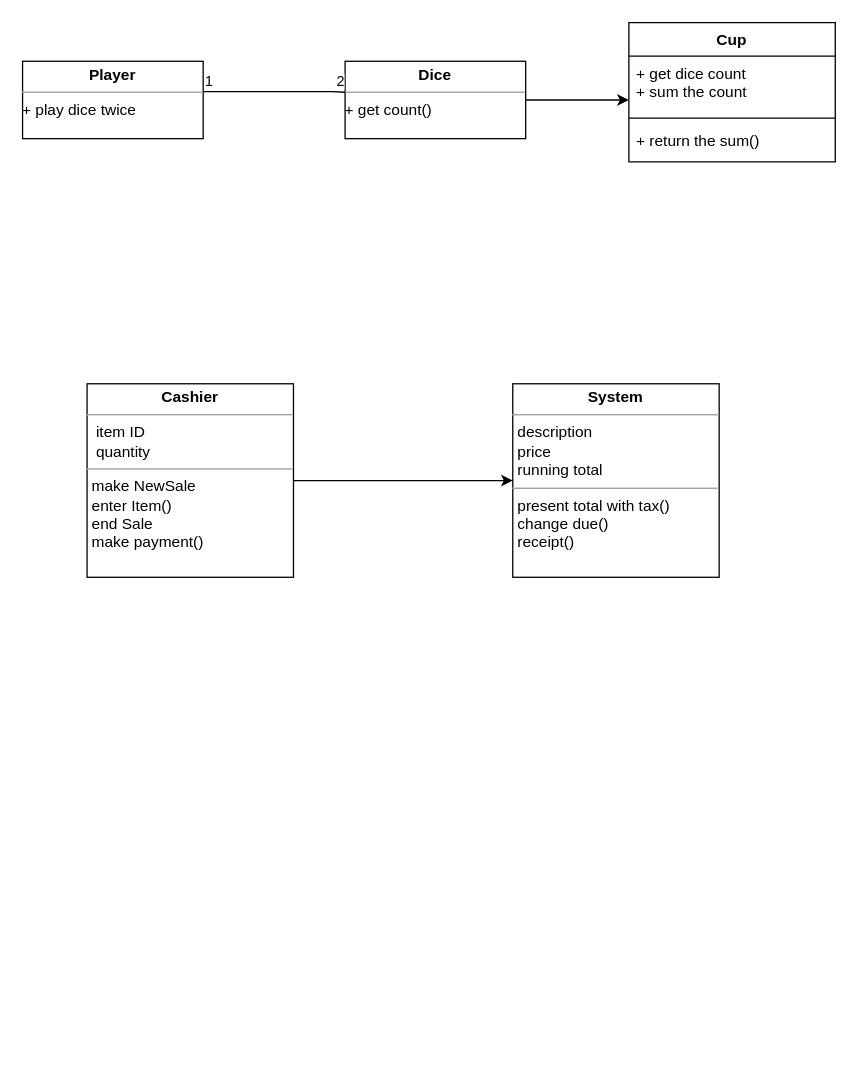
Before: Yuhao/Untitled Diagram.drawio in 1kzpro/international, a draw.io diagram. Source tidied: cells renumbered, new cells numbered last; positions are measured from the earlier drawing's top-left corner, leaving out a move shared by most shapes. Both pictures are drawn from the tidied source at 129%, with x=0, y=0 at pixel (22, 22).
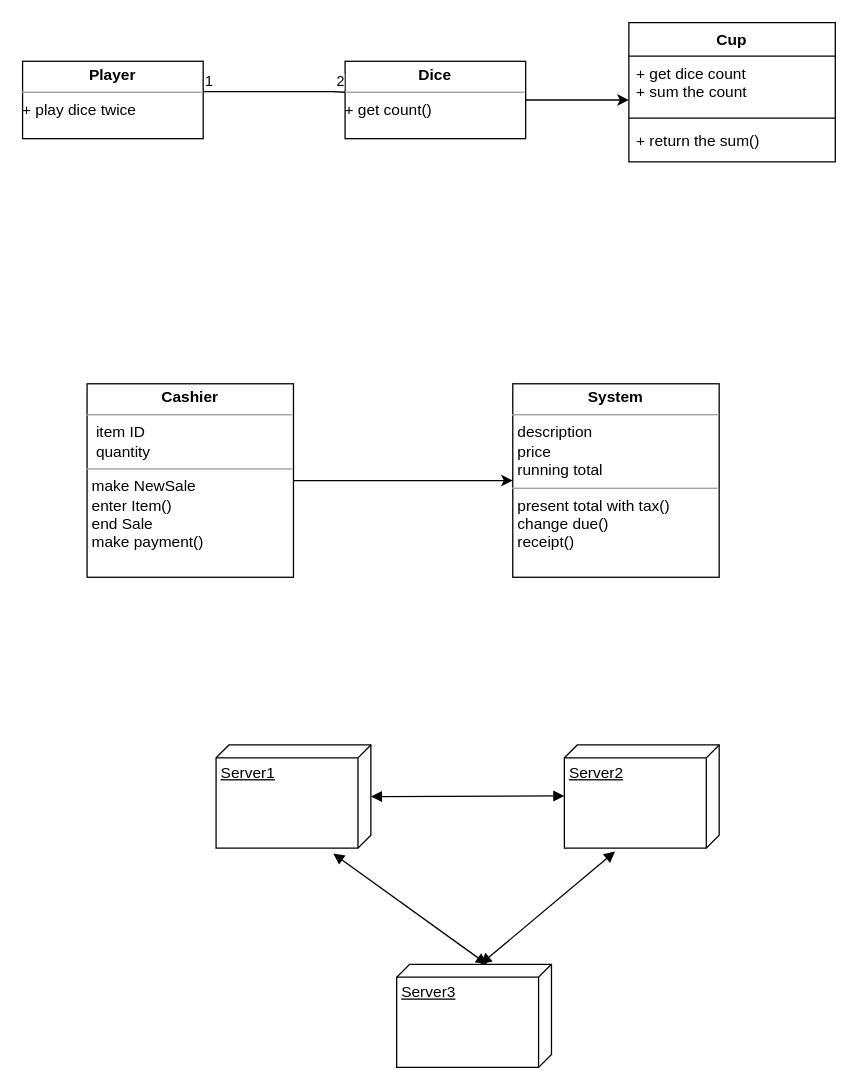
After the change.

The edit, as a diff of the source:
```diff
@@
+    <mxCell id="15" value="Server3" style="verticalAlign=top;align=left;spacingTop=8;spacingLeft=2;spacingRight=12;shape=cube;size=10;direction=south;fontStyle=4;html=1;" parent="1" vertex="1">
+      <mxGeometry x="290" y="730" width="120" height="80" as="geometry" />
+    </mxCell>
+    <mxCell id="16" value="Server2" style="verticalAlign=top;align=left;spacingTop=8;spacingLeft=2;spacingRight=12;shape=cube;size=10;direction=south;fontStyle=4;html=1;" parent="1" vertex="1">
+      <mxGeometry x="420" y="560" width="120" height="80" as="geometry" />
+    </mxCell>
+    <mxCell id="17" value="Server1" style="verticalAlign=top;align=left;spacingTop=8;spacingLeft=2;spacingRight=12;shape=cube;size=10;direction=south;fontStyle=4;html=1;" parent="1" vertex="1">
+      <mxGeometry x="150" y="560" width="120" height="80" as="geometry" />
+    </mxCell>
+    <mxCell id="18" style="endArrow=block;startArrow=block;endFill=1;startFill=1;html=1;rounded=0;entryX=1.032;entryY=0.673;entryDx=0;entryDy=0;entryPerimeter=0;exitX=0;exitY=0;exitDx=0;exitDy=55;exitPerimeter=0;" parent="1" edge="1" source="15" target="16">
+      <mxGeometry relative="1" as="geometry" />
+    </mxCell>
+    <mxCell id="19" style="endArrow=block;startArrow=block;endFill=1;startFill=1;html=1;rounded=0;exitX=1.052;exitY=0.243;exitDx=0;exitDy=0;exitPerimeter=0;" parent="1" edge="1" source="17">
+      <mxGeometry relative="1" as="geometry">
+        <mxPoint x="360" y="730" as="targetPoint" />
+      </mxGeometry>
+    </mxCell>
+    <mxCell id="20" style="endArrow=block;startArrow=block;endFill=1;startFill=1;html=1;rounded=0;" parent="1" edge="1">
+      <mxGeometry relative="1" as="geometry">
+        <mxPoint x="270" y="600" as="sourcePoint" />
+        <mxPoint x="420" y="599.5" as="targetPoint" />
+      </mxGeometry>
+    </mxCell>
```
